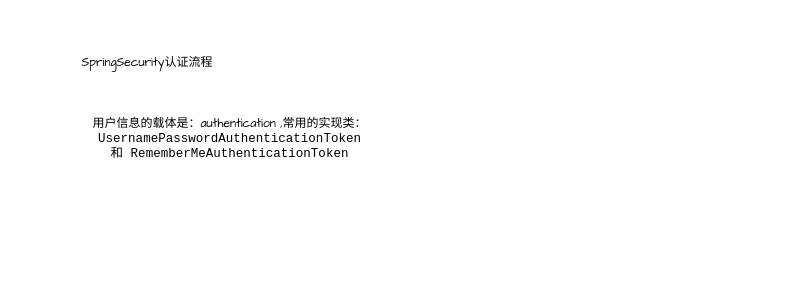
wangXingRunning/wangXingRunning.github.io keeps this draw.io diagram as 认证流程.drawio. Above is the earlier version. Source tidied: cells renumbered, new cells numbered last; positions are measured from the earlier drawing's top-left corner, leaving out a move shared by most shapes. Both pictures are drawn from the tidied source at 100%, with x=0, y=0 at pixel (74, 17).
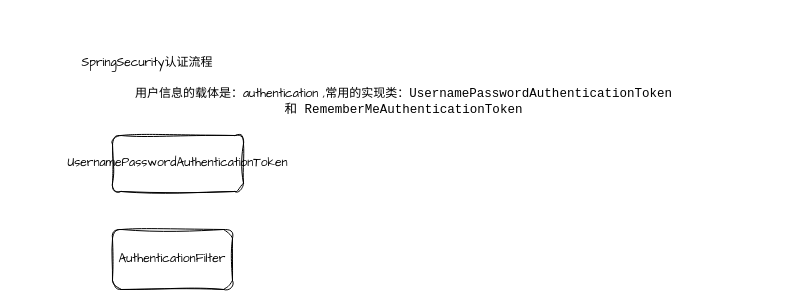
The same diagram, later.

Commit message (it also covers changes not shown here):
更新认证流程.drawio

The edit, as a diff of the source:
```diff
@@
 <mxGraphModel>
   <root>
     <mxCell id="0" />
     <mxCell id="1" parent="0" />
     <mxCell id="2" value="SpringSecurity认证流程" style="text;html=1;align=center;verticalAlign=middle;whiteSpace=wrap;rounded=0;fontFamily=Architects Daughter;" parent="1" vertex="1">
       <mxGeometry width="146" height="92" as="geometry" />
     </mxCell>
     <mxCell id="3" value="用户信息的载体是：authentication ,常用的实现类：&lt;span style=&quot;font-family: &amp;quot;JetBrains Mono&amp;quot;, monospace; font-size: 9.4pt; background-color: initial;&quot;&gt;UsernamePasswordAuthenticationToken 和&amp;nbsp;&lt;/span&gt;&lt;span style=&quot;font-family: &amp;quot;JetBrains Mono&amp;quot;, monospace; font-size: 9.4pt; background-color: initial;&quot;&gt;RememberMeAuthenticationToken&lt;/span&gt;" style="text;html=1;align=center;verticalAlign=middle;whiteSpace=wrap;rounded=0;fontFamily=Architects Daughter;" parent="1" vertex="1">
-      <mxGeometry y="106" width="311" height="31" as="geometry" />
+      <mxGeometry x="-57" y="66" width="773" height="37" as="geometry" />
     </mxCell>
+    <mxCell id="4" value="AuthenticationFilter" style="rounded=1;whiteSpace=wrap;html=1;sketch=1;hachureGap=4;jiggle=2;curveFitting=1;fontFamily=Architects Daughter;" parent="1" vertex="1">
+      <mxGeometry x="38" y="212" width="120" height="60" as="geometry" />
+    </mxCell>
+    <mxCell id="5" value="UsernamePasswordAuthenticationToken" style="rounded=1;whiteSpace=wrap;html=1;sketch=1;hachureGap=4;jiggle=2;curveFitting=1;fontFamily=Architects Daughter;" parent="1" vertex="1">
+      <mxGeometry x="38" y="118" width="131" height="56" as="geometry" />
+    </mxCell>
   </root>
 </mxGraphModel>
```
